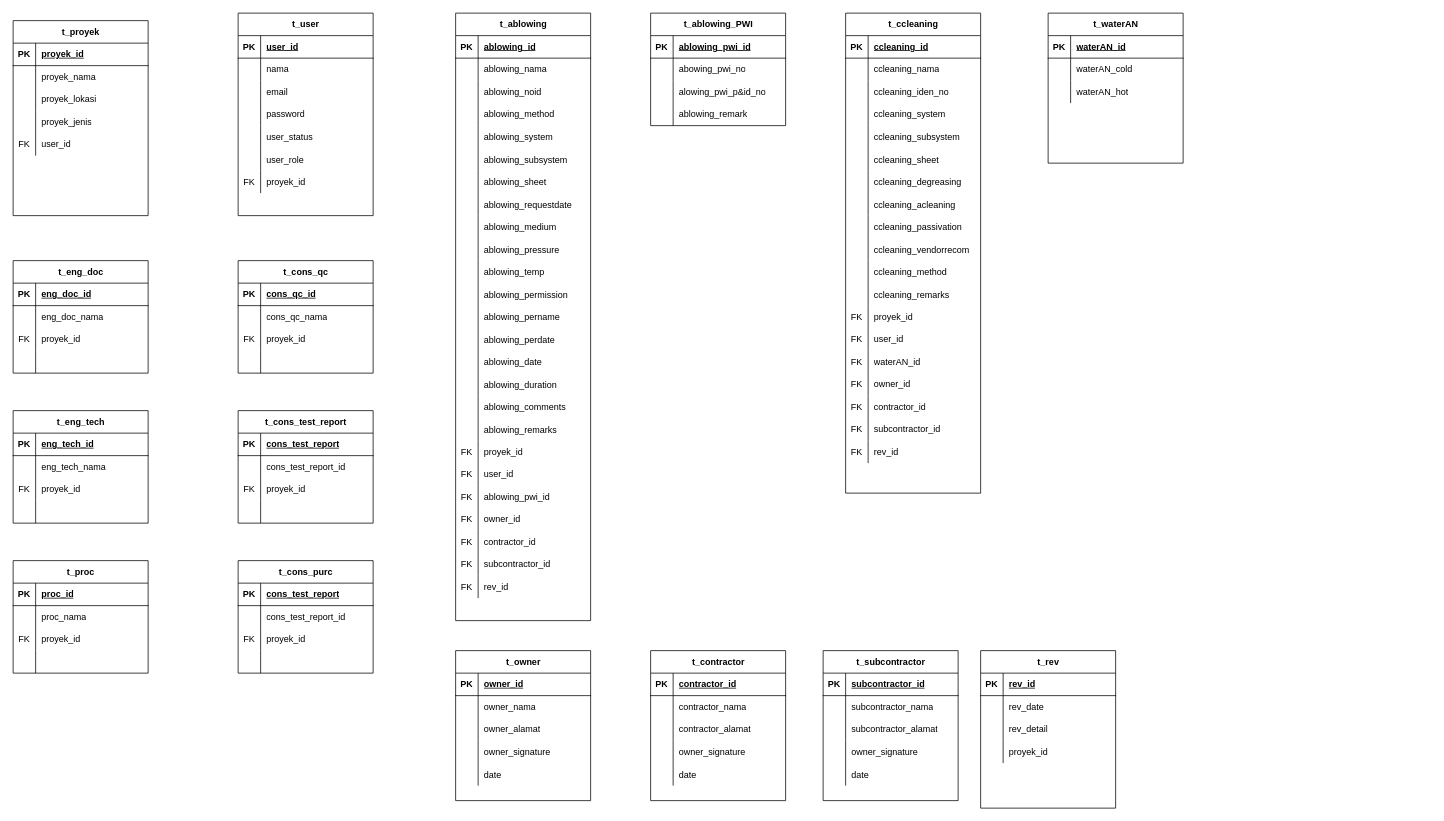
Earlier version of the draw.io diagram CommissioningWIKA.drawio (ukisatriana/Flow-serv). Source tidied: cells renumbered, new cells numbered last; positions are measured from the earlier drawing's top-left corner, leaving out a move shared by most shapes. Both pictures are drawn from the tidied source at 75%, with x=0, y=0 at pixel (13, 13).
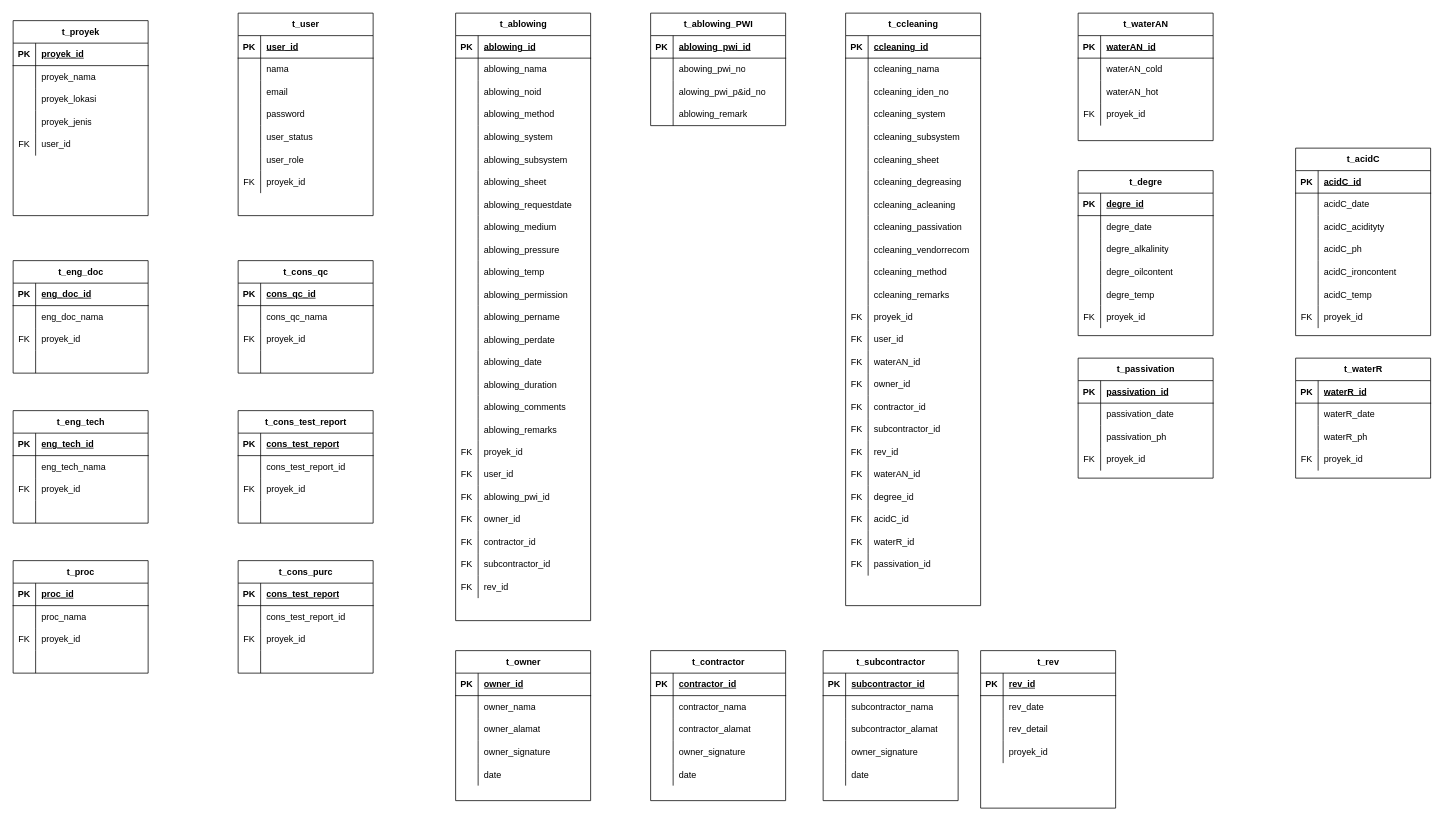
The same page after the edit.

What changed in the source:
```diff
@@
     <mxCell id="268" value="t_ccleaning" style="shape=table;startSize=30;childLayout=tableLayout;rowLines=0;fontStyle=1;align=center;html=1;" parent="1" vertex="1">
-      <mxGeometry x="1110" width="180" height="640" as="geometry" />
+      <mxGeometry x="1110" width="180" height="790" as="geometry" />
     </mxCell>
@@
+    <mxCell id="336" style="shape=tableRow;horizontal=0;startSize=0;swimlaneHead=0;swimlaneBody=0;fillColor=none;top=0;left=0;right=0;bottom=0;" parent="268" vertex="1">
+      <mxGeometry y="600" width="180" height="30" as="geometry" />
+    </mxCell>
+    <mxCell id="337" value="FK" style="shape=partialRectangle;fillColor=none;top=0;left=0;bottom=0;right=0;fontStyle=0;overflow=hidden;whiteSpace=wrap;html=1;" parent="336" vertex="1">
+      <mxGeometry width="30" height="30" as="geometry" />
+    </mxCell>
+    <mxCell id="338" value="waterAN_id" style="shape=partialRectangle;fillColor=none;top=0;left=0;bottom=0;right=0;align=left;spacingLeft=6;fontStyle=0;overflow=hidden;whiteSpace=wrap;html=1;" parent="336" vertex="1">
+      <mxGeometry x="30" width="150" height="30" as="geometry" />
+    </mxCell>
+    <mxCell id="339" style="shape=tableRow;horizontal=0;startSize=0;swimlaneHead=0;swimlaneBody=0;fillColor=none;top=0;left=0;right=0;bottom=0;" parent="268" vertex="1">
+      <mxGeometry y="630" width="180" height="30" as="geometry" />
+    </mxCell>
+    <mxCell id="340" value="FK" style="shape=partialRectangle;fillColor=none;top=0;left=0;bottom=0;right=0;fontStyle=0;overflow=hidden;whiteSpace=wrap;html=1;" parent="339" vertex="1">
+      <mxGeometry width="30" height="30" as="geometry" />
+    </mxCell>
+    <mxCell id="341" value="degree_id" style="shape=partialRectangle;fillColor=none;top=0;left=0;bottom=0;right=0;align=left;spacingLeft=6;fontStyle=0;overflow=hidden;whiteSpace=wrap;html=1;" parent="339" vertex="1">
+      <mxGeometry x="30" width="150" height="30" as="geometry" />
+    </mxCell>
+    <mxCell id="342" style="shape=tableRow;horizontal=0;startSize=0;swimlaneHead=0;swimlaneBody=0;fillColor=none;top=0;left=0;right=0;bottom=0;" parent="268" vertex="1">
+      <mxGeometry y="660" width="180" height="30" as="geometry" />
+    </mxCell>
+    <mxCell id="343" value="FK" style="shape=partialRectangle;fillColor=none;top=0;left=0;bottom=0;right=0;fontStyle=0;overflow=hidden;whiteSpace=wrap;html=1;" parent="342" vertex="1">
+      <mxGeometry width="30" height="30" as="geometry" />
+    </mxCell>
+    <mxCell id="344" value="acidC_id" style="shape=partialRectangle;fillColor=none;top=0;left=0;bottom=0;right=0;align=left;spacingLeft=6;fontStyle=0;overflow=hidden;whiteSpace=wrap;html=1;" parent="342" vertex="1">
+      <mxGeometry x="30" width="150" height="30" as="geometry" />
+    </mxCell>
+    <mxCell id="345" style="shape=tableRow;horizontal=0;startSize=0;swimlaneHead=0;swimlaneBody=0;fillColor=none;top=0;left=0;right=0;bottom=0;" parent="268" vertex="1">
+      <mxGeometry y="690" width="180" height="30" as="geometry" />
+    </mxCell>
+    <mxCell id="346" value="FK" style="shape=partialRectangle;fillColor=none;top=0;left=0;bottom=0;right=0;fontStyle=0;overflow=hidden;whiteSpace=wrap;html=1;" parent="345" vertex="1">
+      <mxGeometry width="30" height="30" as="geometry" />
+    </mxCell>
+    <mxCell id="347" value="waterR_id" style="shape=partialRectangle;fillColor=none;top=0;left=0;bottom=0;right=0;align=left;spacingLeft=6;fontStyle=0;overflow=hidden;whiteSpace=wrap;html=1;" parent="345" vertex="1">
+      <mxGeometry x="30" width="150" height="30" as="geometry" />
+    </mxCell>
+    <mxCell id="348" style="shape=tableRow;horizontal=0;startSize=0;swimlaneHead=0;swimlaneBody=0;fillColor=none;top=0;left=0;right=0;bottom=0;" parent="268" vertex="1">
+      <mxGeometry y="720" width="180" height="30" as="geometry" />
+    </mxCell>
+    <mxCell id="349" value="FK" style="shape=partialRectangle;fillColor=none;top=0;left=0;bottom=0;right=0;fontStyle=0;overflow=hidden;whiteSpace=wrap;html=1;" parent="348" vertex="1">
+      <mxGeometry width="30" height="30" as="geometry" />
+    </mxCell>
+    <mxCell id="350" value="passivation_id" style="shape=partialRectangle;fillColor=none;top=0;left=0;bottom=0;right=0;align=left;spacingLeft=6;fontStyle=0;overflow=hidden;whiteSpace=wrap;html=1;" parent="348" vertex="1">
+      <mxGeometry x="30" width="150" height="30" as="geometry" />
+    </mxCell>
     <mxCell id="326" value="t_waterAN" style="shape=table;startSize=30;childLayout=tableLayout;rowLines=0;fontStyle=1;align=center;html=1;" parent="1" vertex="1">
-      <mxGeometry x="1380" width="180" height="200" as="geometry" />
+      <mxGeometry x="1420" width="180" height="170" as="geometry" />
     </mxCell>
@@
+    <mxCell id="351" style="shape=tableRow;horizontal=0;startSize=0;swimlaneHead=0;swimlaneBody=0;fillColor=none;top=0;left=0;right=0;bottom=0;" parent="326" vertex="1">
+      <mxGeometry y="120" width="180" height="30" as="geometry" />
+    </mxCell>
+    <mxCell id="352" value="FK" style="shape=partialRectangle;fillColor=none;top=0;left=0;bottom=0;right=0;fontStyle=0;overflow=hidden;whiteSpace=wrap;html=1;" parent="351" vertex="1">
+      <mxGeometry width="30" height="30" as="geometry" />
+    </mxCell>
+    <mxCell id="353" value="proyek_id" style="shape=partialRectangle;fillColor=none;top=0;left=0;bottom=0;right=0;align=left;spacingLeft=6;fontStyle=0;overflow=hidden;whiteSpace=wrap;html=1;" parent="351" vertex="1">
+      <mxGeometry x="30" width="150" height="30" as="geometry" />
+    </mxCell>
+    <mxCell id="354" value="t_degre" style="shape=table;startSize=30;childLayout=tableLayout;rowLines=0;fontStyle=1;align=center;html=1;" parent="1" vertex="1">
+      <mxGeometry x="1420" y="210" width="180" height="220" as="geometry" />
+    </mxCell>
+    <mxCell id="355" style="shape=tableRow;horizontal=0;startSize=0;swimlaneHead=0;swimlaneBody=0;fillColor=none;top=0;left=0;right=0;bottom=1;" parent="354" vertex="1">
+      <mxGeometry y="30" width="180" height="30" as="geometry" />
+    </mxCell>
+    <mxCell id="356" value="PK" style="shape=partialRectangle;fillColor=none;top=0;left=0;bottom=0;right=0;fontStyle=1;overflow=hidden;whiteSpace=wrap;html=1;" parent="355" vertex="1">
+      <mxGeometry width="30" height="30" as="geometry" />
+    </mxCell>
+    <mxCell id="357" value="degre_id" style="shape=partialRectangle;fillColor=none;top=0;left=0;bottom=0;right=0;align=left;spacingLeft=6;fontStyle=5;overflow=hidden;whiteSpace=wrap;html=1;" parent="355" vertex="1">
+      <mxGeometry x="30" width="150" height="30" as="geometry" />
+    </mxCell>
+    <mxCell id="358" style="shape=tableRow;horizontal=0;startSize=0;swimlaneHead=0;swimlaneBody=0;fillColor=none;top=0;left=0;right=0;bottom=0;" parent="354" vertex="1">
+      <mxGeometry y="60" width="180" height="30" as="geometry" />
+    </mxCell>
+    <mxCell id="359" style="shape=partialRectangle;fillColor=none;top=0;left=0;bottom=0;right=0;overflow=hidden;whiteSpace=wrap;html=1;" parent="358" vertex="1">
+      <mxGeometry width="30" height="30" as="geometry" />
+    </mxCell>
+    <mxCell id="360" value="degre_date" style="shape=partialRectangle;fillColor=none;top=0;left=0;bottom=0;right=0;align=left;spacingLeft=6;overflow=hidden;whiteSpace=wrap;html=1;" parent="358" vertex="1">
+      <mxGeometry x="30" width="150" height="30" as="geometry" />
+    </mxCell>
+    <mxCell id="361" style="shape=tableRow;horizontal=0;startSize=0;swimlaneHead=0;swimlaneBody=0;fillColor=none;top=0;left=0;right=0;bottom=0;" parent="354" vertex="1">
+      <mxGeometry y="90" width="180" height="30" as="geometry" />
+    </mxCell>
+    <mxCell id="362" style="shape=partialRectangle;fillColor=none;top=0;left=0;bottom=0;right=0;overflow=hidden;whiteSpace=wrap;html=1;" parent="361" vertex="1">
+      <mxGeometry width="30" height="30" as="geometry" />
+    </mxCell>
+    <mxCell id="363" value="degre_alkalinity" style="shape=partialRectangle;fillColor=none;top=0;left=0;bottom=0;right=0;align=left;spacingLeft=6;overflow=hidden;whiteSpace=wrap;html=1;" parent="361" vertex="1">
+      <mxGeometry x="30" width="150" height="30" as="geometry" />
+    </mxCell>
+    <mxCell id="364" style="shape=tableRow;horizontal=0;startSize=0;swimlaneHead=0;swimlaneBody=0;fillColor=none;top=0;left=0;right=0;bottom=0;" parent="354" vertex="1">
+      <mxGeometry y="120" width="180" height="30" as="geometry" />
+    </mxCell>
+    <mxCell id="365" style="shape=partialRectangle;fillColor=none;top=0;left=0;bottom=0;right=0;overflow=hidden;whiteSpace=wrap;html=1;" parent="364" vertex="1">
+      <mxGeometry width="30" height="30" as="geometry" />
+    </mxCell>
+    <mxCell id="366" value="degre_oilcontent" style="shape=partialRectangle;fillColor=none;top=0;left=0;bottom=0;right=0;align=left;spacingLeft=6;overflow=hidden;whiteSpace=wrap;html=1;" parent="364" vertex="1">
+      <mxGeometry x="30" width="150" height="30" as="geometry" />
+    </mxCell>
+    <mxCell id="367" style="shape=tableRow;horizontal=0;startSize=0;swimlaneHead=0;swimlaneBody=0;fillColor=none;top=0;left=0;right=0;bottom=0;" parent="354" vertex="1">
+      <mxGeometry y="150" width="180" height="30" as="geometry" />
+    </mxCell>
+    <mxCell id="368" style="shape=partialRectangle;fillColor=none;top=0;left=0;bottom=0;right=0;overflow=hidden;" parent="367" vertex="1">
+      <mxGeometry width="30" height="30" as="geometry" />
+    </mxCell>
+    <mxCell id="369" value="degre_temp" style="shape=partialRectangle;fillColor=none;top=0;left=0;bottom=0;right=0;align=left;spacingLeft=6;overflow=hidden;" parent="367" vertex="1">
+      <mxGeometry x="30" width="150" height="30" as="geometry" />
+    </mxCell>
+    <mxCell id="370" style="shape=tableRow;horizontal=0;startSize=0;swimlaneHead=0;swimlaneBody=0;fillColor=none;top=0;left=0;right=0;bottom=0;" parent="354" vertex="1">
+      <mxGeometry y="180" width="180" height="30" as="geometry" />
+    </mxCell>
+    <mxCell id="371" value="FK" style="shape=partialRectangle;fillColor=none;top=0;left=0;bottom=0;right=0;fontStyle=0;overflow=hidden;whiteSpace=wrap;html=1;" parent="370" vertex="1">
+      <mxGeometry width="30" height="30" as="geometry" />
+    </mxCell>
+    <mxCell id="372" value="proyek_id" style="shape=partialRectangle;fillColor=none;top=0;left=0;bottom=0;right=0;align=left;spacingLeft=6;fontStyle=0;overflow=hidden;whiteSpace=wrap;html=1;" parent="370" vertex="1">
+      <mxGeometry x="30" width="150" height="30" as="geometry" />
+    </mxCell>
+    <mxCell id="373" value="t_acidC" style="shape=table;startSize=30;childLayout=tableLayout;rowLines=0;fontStyle=1;align=center;html=1;" parent="1" vertex="1">
+      <mxGeometry x="1710" y="180" width="180" height="250" as="geometry" />
+    </mxCell>
+    <mxCell id="374" style="shape=tableRow;horizontal=0;startSize=0;swimlaneHead=0;swimlaneBody=0;fillColor=none;top=0;left=0;right=0;bottom=1;" parent="373" vertex="1">
+      <mxGeometry y="30" width="180" height="30" as="geometry" />
+    </mxCell>
+    <mxCell id="375" value="PK" style="shape=partialRectangle;fillColor=none;top=0;left=0;bottom=0;right=0;fontStyle=1;overflow=hidden;whiteSpace=wrap;html=1;" parent="374" vertex="1">
+      <mxGeometry width="30" height="30" as="geometry" />
+    </mxCell>
+    <mxCell id="376" value="acidC_id" style="shape=partialRectangle;fillColor=none;top=0;left=0;bottom=0;right=0;align=left;spacingLeft=6;fontStyle=5;overflow=hidden;whiteSpace=wrap;html=1;" parent="374" vertex="1">
+      <mxGeometry x="30" width="150" height="30" as="geometry" />
+    </mxCell>
+    <mxCell id="377" style="shape=tableRow;horizontal=0;startSize=0;swimlaneHead=0;swimlaneBody=0;fillColor=none;top=0;left=0;right=0;bottom=0;" parent="373" vertex="1">
+      <mxGeometry y="60" width="180" height="30" as="geometry" />
+    </mxCell>
+    <mxCell id="378" style="shape=partialRectangle;fillColor=none;top=0;left=0;bottom=0;right=0;overflow=hidden;whiteSpace=wrap;html=1;" parent="377" vertex="1">
+      <mxGeometry width="30" height="30" as="geometry" />
+    </mxCell>
+    <mxCell id="379" value="acidC_date" style="shape=partialRectangle;fillColor=none;top=0;left=0;bottom=0;right=0;align=left;spacingLeft=6;overflow=hidden;whiteSpace=wrap;html=1;" parent="377" vertex="1">
+      <mxGeometry x="30" width="150" height="30" as="geometry" />
+    </mxCell>
+    <mxCell id="380" style="shape=tableRow;horizontal=0;startSize=0;swimlaneHead=0;swimlaneBody=0;fillColor=none;top=0;left=0;right=0;bottom=0;" parent="373" vertex="1">
+      <mxGeometry y="90" width="180" height="30" as="geometry" />
+    </mxCell>
+    <mxCell id="381" style="shape=partialRectangle;fillColor=none;top=0;left=0;bottom=0;right=0;overflow=hidden;whiteSpace=wrap;html=1;" parent="380" vertex="1">
+      <mxGeometry width="30" height="30" as="geometry" />
+    </mxCell>
+    <mxCell id="382" value="acidC_acidityty" style="shape=partialRectangle;fillColor=none;top=0;left=0;bottom=0;right=0;align=left;spacingLeft=6;overflow=hidden;whiteSpace=wrap;html=1;" parent="380" vertex="1">
+      <mxGeometry x="30" width="150" height="30" as="geometry" />
+    </mxCell>
+    <mxCell id="383" style="shape=tableRow;horizontal=0;startSize=0;swimlaneHead=0;swimlaneBody=0;fillColor=none;top=0;left=0;right=0;bottom=0;" parent="373" vertex="1">
+      <mxGeometry y="120" width="180" height="30" as="geometry" />
+    </mxCell>
+    <mxCell id="384" style="shape=partialRectangle;fillColor=none;top=0;left=0;bottom=0;right=0;overflow=hidden;whiteSpace=wrap;html=1;" parent="383" vertex="1">
+      <mxGeometry width="30" height="30" as="geometry" />
+    </mxCell>
+    <mxCell id="385" value="acidC_ph" style="shape=partialRectangle;fillColor=none;top=0;left=0;bottom=0;right=0;align=left;spacingLeft=6;overflow=hidden;whiteSpace=wrap;html=1;" parent="383" vertex="1">
+      <mxGeometry x="30" width="150" height="30" as="geometry" />
+    </mxCell>
+    <mxCell id="386" style="shape=tableRow;horizontal=0;startSize=0;swimlaneHead=0;swimlaneBody=0;fillColor=none;top=0;left=0;right=0;bottom=0;" parent="373" vertex="1">
+      <mxGeometry y="150" width="180" height="30" as="geometry" />
+    </mxCell>
+    <mxCell id="387" style="shape=partialRectangle;fillColor=none;top=0;left=0;bottom=0;right=0;overflow=hidden;" parent="386" vertex="1">
+      <mxGeometry width="30" height="30" as="geometry" />
+    </mxCell>
+    <mxCell id="388" value="acidC_ironcontent" style="shape=partialRectangle;fillColor=none;top=0;left=0;bottom=0;right=0;align=left;spacingLeft=6;overflow=hidden;" parent="386" vertex="1">
+      <mxGeometry x="30" width="150" height="30" as="geometry" />
+    </mxCell>
+    <mxCell id="389" style="shape=tableRow;horizontal=0;startSize=0;swimlaneHead=0;swimlaneBody=0;fillColor=none;top=0;left=0;right=0;bottom=0;" parent="373" vertex="1">
+      <mxGeometry y="180" width="180" height="30" as="geometry" />
+    </mxCell>
+    <mxCell id="390" style="shape=partialRectangle;fillColor=none;top=0;left=0;bottom=0;right=0;overflow=hidden;" parent="389" vertex="1">
+      <mxGeometry width="30" height="30" as="geometry" />
+    </mxCell>
+    <mxCell id="391" value="acidC_temp" style="shape=partialRectangle;fillColor=none;top=0;left=0;bottom=0;right=0;align=left;spacingLeft=6;overflow=hidden;" parent="389" vertex="1">
+      <mxGeometry x="30" width="150" height="30" as="geometry" />
+    </mxCell>
+    <mxCell id="392" style="shape=tableRow;horizontal=0;startSize=0;swimlaneHead=0;swimlaneBody=0;fillColor=none;top=0;left=0;right=0;bottom=0;" parent="373" vertex="1">
+      <mxGeometry y="210" width="180" height="30" as="geometry" />
+    </mxCell>
+    <mxCell id="393" value="FK" style="shape=partialRectangle;fillColor=none;top=0;left=0;bottom=0;right=0;fontStyle=0;overflow=hidden;whiteSpace=wrap;html=1;" parent="392" vertex="1">
+      <mxGeometry width="30" height="30" as="geometry" />
+    </mxCell>
+    <mxCell id="394" value="proyek_id" style="shape=partialRectangle;fillColor=none;top=0;left=0;bottom=0;right=0;align=left;spacingLeft=6;fontStyle=0;overflow=hidden;whiteSpace=wrap;html=1;" parent="392" vertex="1">
+      <mxGeometry x="30" width="150" height="30" as="geometry" />
+    </mxCell>
+    <mxCell id="395" value="t_passivation" style="shape=table;startSize=30;childLayout=tableLayout;rowLines=0;fontStyle=1;align=center;html=1;" parent="1" vertex="1">
+      <mxGeometry x="1420" y="460" width="180" height="160" as="geometry" />
+    </mxCell>
+    <mxCell id="396" style="shape=tableRow;horizontal=0;startSize=0;swimlaneHead=0;swimlaneBody=0;fillColor=none;top=0;left=0;right=0;bottom=1;" parent="395" vertex="1">
+      <mxGeometry y="30" width="180" height="30" as="geometry" />
+    </mxCell>
+    <mxCell id="397" value="PK" style="shape=partialRectangle;fillColor=none;top=0;left=0;bottom=0;right=0;fontStyle=1;overflow=hidden;whiteSpace=wrap;html=1;" parent="396" vertex="1">
+      <mxGeometry width="30" height="30" as="geometry" />
+    </mxCell>
+    <mxCell id="398" value="passivation_id" style="shape=partialRectangle;fillColor=none;top=0;left=0;bottom=0;right=0;align=left;spacingLeft=6;fontStyle=5;overflow=hidden;whiteSpace=wrap;html=1;" parent="396" vertex="1">
+      <mxGeometry x="30" width="150" height="30" as="geometry" />
+    </mxCell>
+    <mxCell id="399" style="shape=tableRow;horizontal=0;startSize=0;swimlaneHead=0;swimlaneBody=0;fillColor=none;top=0;left=0;right=0;bottom=0;" parent="395" vertex="1">
+      <mxGeometry y="60" width="180" height="30" as="geometry" />
+    </mxCell>
+    <mxCell id="400" style="shape=partialRectangle;fillColor=none;top=0;left=0;bottom=0;right=0;overflow=hidden;whiteSpace=wrap;html=1;" parent="399" vertex="1">
+      <mxGeometry width="30" height="30" as="geometry" />
+    </mxCell>
+    <mxCell id="401" value="passivation_date" style="shape=partialRectangle;fillColor=none;top=0;left=0;bottom=0;right=0;align=left;spacingLeft=6;overflow=hidden;whiteSpace=wrap;html=1;" parent="399" vertex="1">
+      <mxGeometry x="30" width="150" height="30" as="geometry" />
+    </mxCell>
+    <mxCell id="402" style="shape=tableRow;horizontal=0;startSize=0;swimlaneHead=0;swimlaneBody=0;fillColor=none;top=0;left=0;right=0;bottom=0;" parent="395" vertex="1">
+      <mxGeometry y="90" width="180" height="30" as="geometry" />
+    </mxCell>
+    <mxCell id="403" style="shape=partialRectangle;fillColor=none;top=0;left=0;bottom=0;right=0;overflow=hidden;whiteSpace=wrap;html=1;" parent="402" vertex="1">
+      <mxGeometry width="30" height="30" as="geometry" />
+    </mxCell>
+    <mxCell id="404" value="passivation_ph" style="shape=partialRectangle;fillColor=none;top=0;left=0;bottom=0;right=0;align=left;spacingLeft=6;overflow=hidden;whiteSpace=wrap;html=1;" parent="402" vertex="1">
+      <mxGeometry x="30" width="150" height="30" as="geometry" />
+    </mxCell>
+    <mxCell id="405" style="shape=tableRow;horizontal=0;startSize=0;swimlaneHead=0;swimlaneBody=0;fillColor=none;top=0;left=0;right=0;bottom=0;" parent="395" vertex="1">
+      <mxGeometry y="120" width="180" height="30" as="geometry" />
+    </mxCell>
+    <mxCell id="406" value="FK" style="shape=partialRectangle;fillColor=none;top=0;left=0;bottom=0;right=0;fontStyle=0;overflow=hidden;whiteSpace=wrap;html=1;" parent="405" vertex="1">
+      <mxGeometry width="30" height="30" as="geometry" />
+    </mxCell>
+    <mxCell id="407" value="proyek_id" style="shape=partialRectangle;fillColor=none;top=0;left=0;bottom=0;right=0;align=left;spacingLeft=6;fontStyle=0;overflow=hidden;whiteSpace=wrap;html=1;" parent="405" vertex="1">
+      <mxGeometry x="30" width="150" height="30" as="geometry" />
+    </mxCell>
+    <mxCell id="408" value="t_waterR" style="shape=table;startSize=30;childLayout=tableLayout;rowLines=0;fontStyle=1;align=center;html=1;" parent="1" vertex="1">
+      <mxGeometry x="1710" y="460" width="180" height="160" as="geometry" />
+    </mxCell>
+    <mxCell id="409" style="shape=tableRow;horizontal=0;startSize=0;swimlaneHead=0;swimlaneBody=0;fillColor=none;top=0;left=0;right=0;bottom=1;" parent="408" vertex="1">
+      <mxGeometry y="30" width="180" height="30" as="geometry" />
+    </mxCell>
+    <mxCell id="410" value="PK" style="shape=partialRectangle;fillColor=none;top=0;left=0;bottom=0;right=0;fontStyle=1;overflow=hidden;whiteSpace=wrap;html=1;" parent="409" vertex="1">
+      <mxGeometry width="30" height="30" as="geometry" />
+    </mxCell>
+    <mxCell id="411" value="waterR_id" style="shape=partialRectangle;fillColor=none;top=0;left=0;bottom=0;right=0;align=left;spacingLeft=6;fontStyle=5;overflow=hidden;whiteSpace=wrap;html=1;" parent="409" vertex="1">
+      <mxGeometry x="30" width="150" height="30" as="geometry" />
+    </mxCell>
+    <mxCell id="412" style="shape=tableRow;horizontal=0;startSize=0;swimlaneHead=0;swimlaneBody=0;fillColor=none;top=0;left=0;right=0;bottom=0;" parent="408" vertex="1">
+      <mxGeometry y="60" width="180" height="30" as="geometry" />
+    </mxCell>
+    <mxCell id="413" style="shape=partialRectangle;fillColor=none;top=0;left=0;bottom=0;right=0;overflow=hidden;whiteSpace=wrap;html=1;" parent="412" vertex="1">
+      <mxGeometry width="30" height="30" as="geometry" />
+    </mxCell>
+    <mxCell id="414" value="waterR_date" style="shape=partialRectangle;fillColor=none;top=0;left=0;bottom=0;right=0;align=left;spacingLeft=6;overflow=hidden;whiteSpace=wrap;html=1;" parent="412" vertex="1">
+      <mxGeometry x="30" width="150" height="30" as="geometry" />
+    </mxCell>
+    <mxCell id="415" style="shape=tableRow;horizontal=0;startSize=0;swimlaneHead=0;swimlaneBody=0;fillColor=none;top=0;left=0;right=0;bottom=0;" parent="408" vertex="1">
+      <mxGeometry y="90" width="180" height="30" as="geometry" />
+    </mxCell>
+    <mxCell id="416" style="shape=partialRectangle;fillColor=none;top=0;left=0;bottom=0;right=0;overflow=hidden;whiteSpace=wrap;html=1;" parent="415" vertex="1">
+      <mxGeometry width="30" height="30" as="geometry" />
+    </mxCell>
+    <mxCell id="417" value="waterR_ph" style="shape=partialRectangle;fillColor=none;top=0;left=0;bottom=0;right=0;align=left;spacingLeft=6;overflow=hidden;whiteSpace=wrap;html=1;" parent="415" vertex="1">
+      <mxGeometry x="30" width="150" height="30" as="geometry" />
+    </mxCell>
+    <mxCell id="418" style="shape=tableRow;horizontal=0;startSize=0;swimlaneHead=0;swimlaneBody=0;fillColor=none;top=0;left=0;right=0;bottom=0;" parent="408" vertex="1">
+      <mxGeometry y="120" width="180" height="30" as="geometry" />
+    </mxCell>
+    <mxCell id="419" value="FK" style="shape=partialRectangle;fillColor=none;top=0;left=0;bottom=0;right=0;fontStyle=0;overflow=hidden;whiteSpace=wrap;html=1;" parent="418" vertex="1">
+      <mxGeometry width="30" height="30" as="geometry" />
+    </mxCell>
+    <mxCell id="420" value="proyek_id" style="shape=partialRectangle;fillColor=none;top=0;left=0;bottom=0;right=0;align=left;spacingLeft=6;fontStyle=0;overflow=hidden;whiteSpace=wrap;html=1;" parent="418" vertex="1">
+      <mxGeometry x="30" width="150" height="30" as="geometry" />
+    </mxCell>
```
